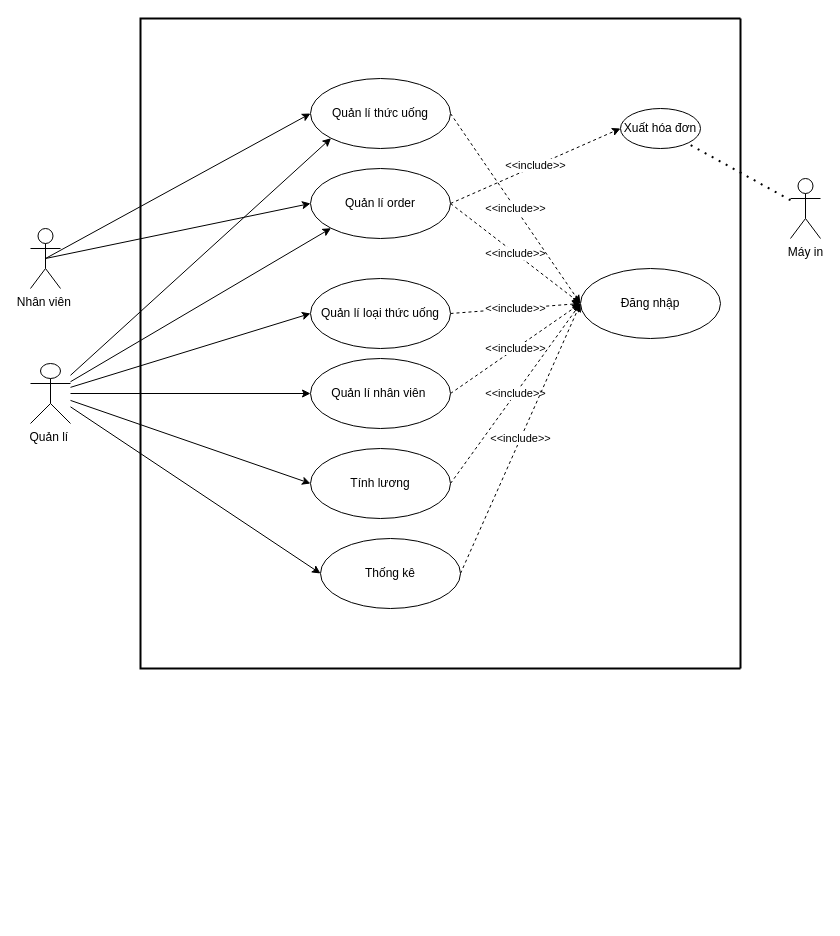
The draw.io diagram Draw.io/usecase tổng.drawio in TruongNguyenYenNhi/PTTK-QL-b-n-h-ng, before the edit. Source tidied: cells renumbered, new cells numbered last; positions are measured from the earlier drawing's top-left corner, leaving out a move shared by most shapes. Both pictures are drawn from the tidied source at 100%, with x=0, y=0 at pixel (30, 18).
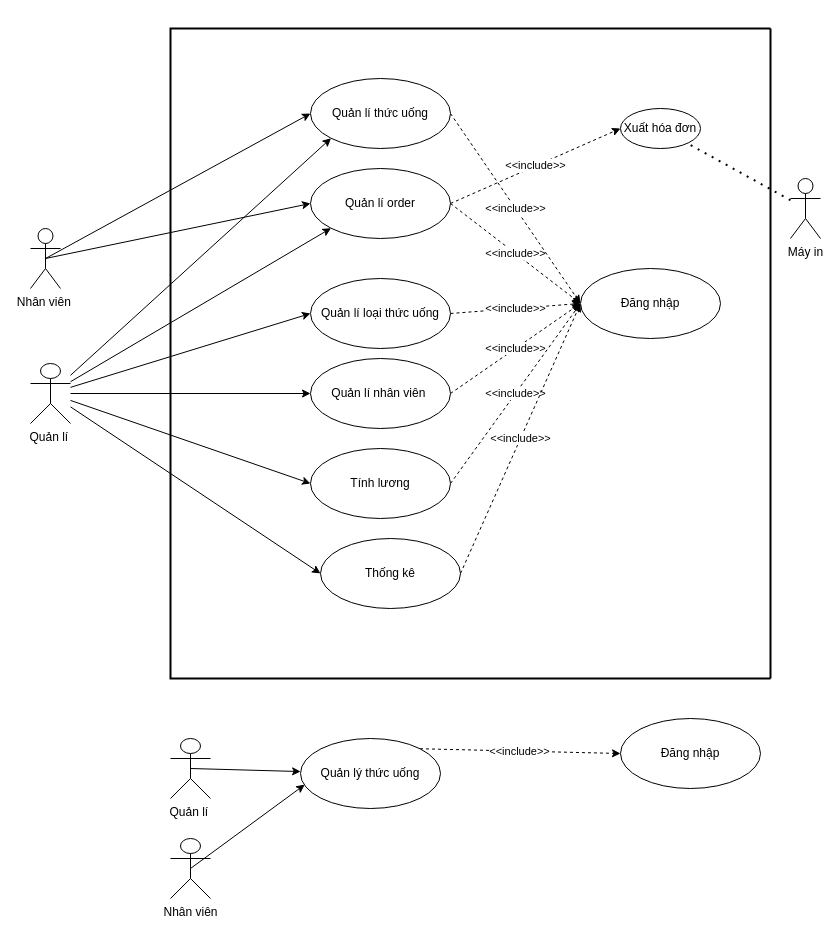
After the change.

Diff of the diagram source:
```diff
@@
     <mxCell id="21" style="strokeWidth=2;html=1;shape=mxgraph.flowchart.annotation_1;align=left;" parent="1" vertex="1">
-      <mxGeometry x="110" width="600" height="650" as="geometry" />
+      <mxGeometry x="140" y="10" width="600" height="650" as="geometry" />
     </mxCell>
@@
+    <mxCell id="31" style="rounded=0;jettySize=auto;html=1;exitX=0.5;exitY=0.5;exitDx=0;exitDy=0;exitPerimeter=0;" parent="1" edge="1" source="32" target="34">
+      <mxGeometry relative="1" as="geometry" />
+    </mxCell>
+    <mxCell id="32" value="Quản lí&amp;nbsp;" style="shape=umlActor;verticalLabelPosition=bottom;verticalAlign=top;html=1;" parent="1" vertex="1">
+      <mxGeometry x="140" y="720" width="40" height="60" as="geometry" />
+    </mxCell>
+    <mxCell id="33" value="&amp;lt;&amp;lt;include&amp;gt;&amp;gt;" style="rounded=0;jettySize=auto;html=1;exitX=1;exitY=0;exitDx=0;exitDy=0;entryX=0;entryY=0.5;entryDx=0;entryDy=0;dashed=1;" parent="1" edge="1" source="34" target="35">
+      <mxGeometry relative="1" as="geometry" />
+    </mxCell>
+    <mxCell id="34" value="Quản lý thức uống" style="ellipse;whiteSpace=wrap;html=1;" parent="1" vertex="1">
+      <mxGeometry x="270" y="720" width="140" height="70" as="geometry" />
+    </mxCell>
+    <mxCell id="35" value="Đăng nhập" style="ellipse;whiteSpace=wrap;html=1;" parent="1" vertex="1">
+      <mxGeometry x="590" y="700" width="140" height="70" as="geometry" />
+    </mxCell>
+    <mxCell id="36" style="edgeStyle=none;rounded=0;jettySize=auto;html=1;exitX=0.5;exitY=0.5;exitDx=0;exitDy=0;exitPerimeter=0;entryX=0.03;entryY=0.66;entryDx=0;entryDy=0;entryPerimeter=0;" parent="1" edge="1" source="37" target="34">
+      <mxGeometry relative="1" as="geometry" />
+    </mxCell>
+    <mxCell id="37" value="Nhân viên" style="shape=umlActor;verticalLabelPosition=bottom;verticalAlign=top;html=1;" parent="1" vertex="1">
+      <mxGeometry x="140" y="820" width="40" height="60" as="geometry" />
+    </mxCell>
```
